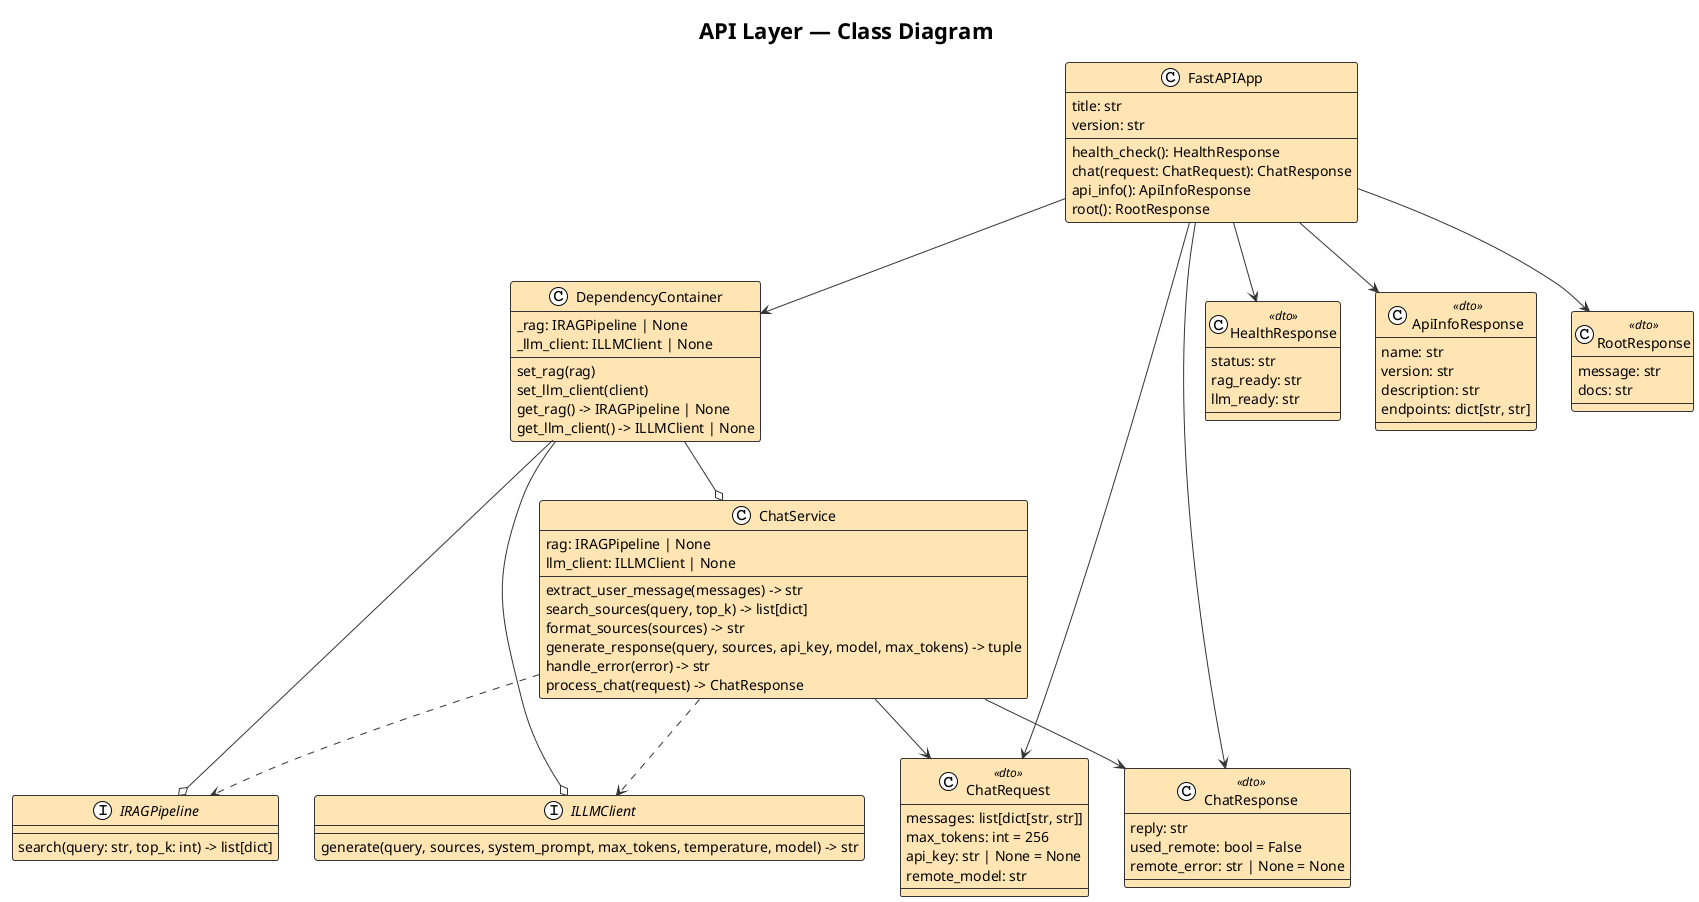
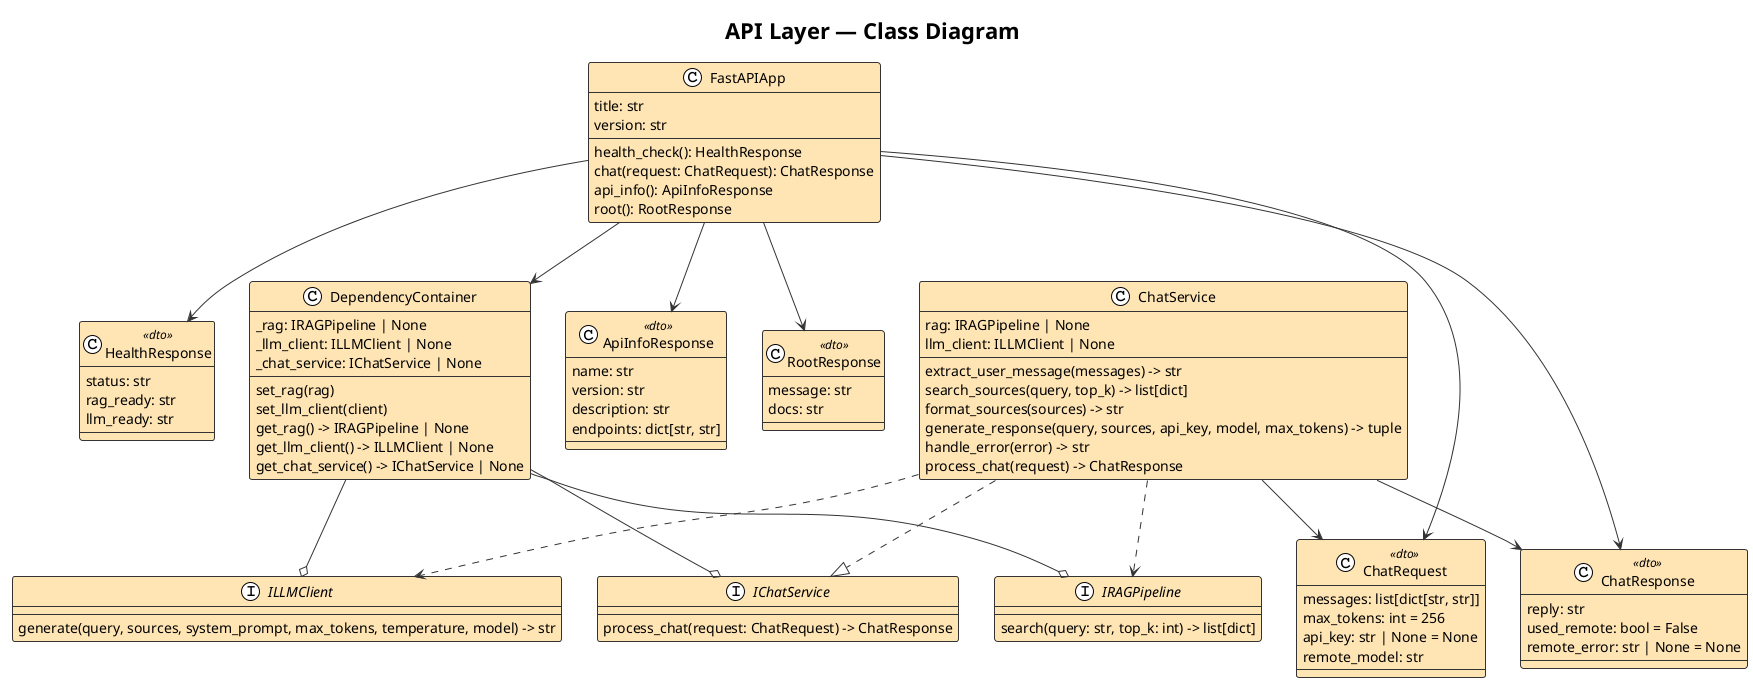
@startuml API_Layer_Class_Diagram

!theme plain
skinparam classBackgroundColor #FFE5B4
skinparam classBorderColor #333333
skinparam arrowColor #333333

title API Layer — Class Diagram

' ============= FastAPI Application =============
class FastAPIApp {
    {field} title: str
    {field} version: str
    --
    {method} health_check(): HealthResponse
    {method} chat(request: ChatRequest): ChatResponse
    {method} api_info(): ApiInfoResponse
    {method} root(): RootResponse
}

' ============= Services =============
class ChatService {
    {field} rag: IRAGPipeline | None
    {field} llm_client: ILLMClient | None
    --
    {method} extract_user_message(messages) -> str
    {method} search_sources(query, top_k) -> list[dict]
    {method} format_sources(sources) -> str
    {method} generate_response(query, sources, api_key, model, max_tokens) -> tuple
    {method} handle_error(error) -> str
    {method} process_chat(request) -> ChatResponse
}

' ============= Dependencies =============
class DependencyContainer {
    {field} _rag: IRAGPipeline | None
    {field} _llm_client: ILLMClient | None
+     {field} _chat_service: IChatService | None
    --
    {method} set_rag(rag)
    {method} set_llm_client(client)
    {method} get_rag() -> IRAGPipeline | None
    {method} get_llm_client() -> ILLMClient | None
+     {method} get_chat_service() -> IChatService | None
}

' ============= Interfaces =============
interface IRAGPipeline {
    {method} search(query: str, top_k: int) -> list[dict]
}

interface ILLMClient {
    {method} generate(query, sources, system_prompt, max_tokens, temperature, model) -> str
+ }
+ 
+ interface IChatService {
+     {method} process_chat(request: ChatRequest) -> ChatResponse
}

' ============= Data Transfer Objects =============
class ChatRequest <<dto>> {
    {field} messages: list[dict[str, str]]
    {field} max_tokens: int = 256
    {field} api_key: str | None = None
    {field} remote_model: str
}

class ChatResponse <<dto>> {
    {field} reply: str
    {field} used_remote: bool = False
    {field} remote_error: str | None = None
}

class HealthResponse <<dto>> {
    {field} status: str
    {field} rag_ready: str
    {field} llm_ready: str
}

class ApiInfoResponse <<dto>> {
    {field} name: str
    {field} version: str
    {field} description: str
    {field} endpoints: dict[str, str]
}

class RootResponse <<dto>> {
    {field} message: str
    {field} docs: str
}

' ============= Relationships =============

' FastAPI uses DependencyContainer to resolve dependencies
FastAPIApp --> DependencyContainer

' FastAPI uses DTOs (association)
FastAPIApp --> ChatRequest
FastAPIApp --> ChatResponse
FastAPIApp --> HealthResponse
FastAPIApp --> ApiInfoResponse
FastAPIApp --> RootResponse

' ChatService uses interfaces (dependency)
ChatService ..> IRAGPipeline
ChatService ..> ILLMClient

' ChatService uses DTOs (association)
ChatService --> ChatRequest
ChatService --> ChatResponse

+ ' ChatService realizes IChatService
+ ChatService ..|> IChatService
+ 
' DependencyContainer manages dependencies
DependencyContainer --o IRAGPipeline
DependencyContainer --o ILLMClient
- DependencyContainer --o ChatService
+ DependencyContainer --o IChatService

@enduml
